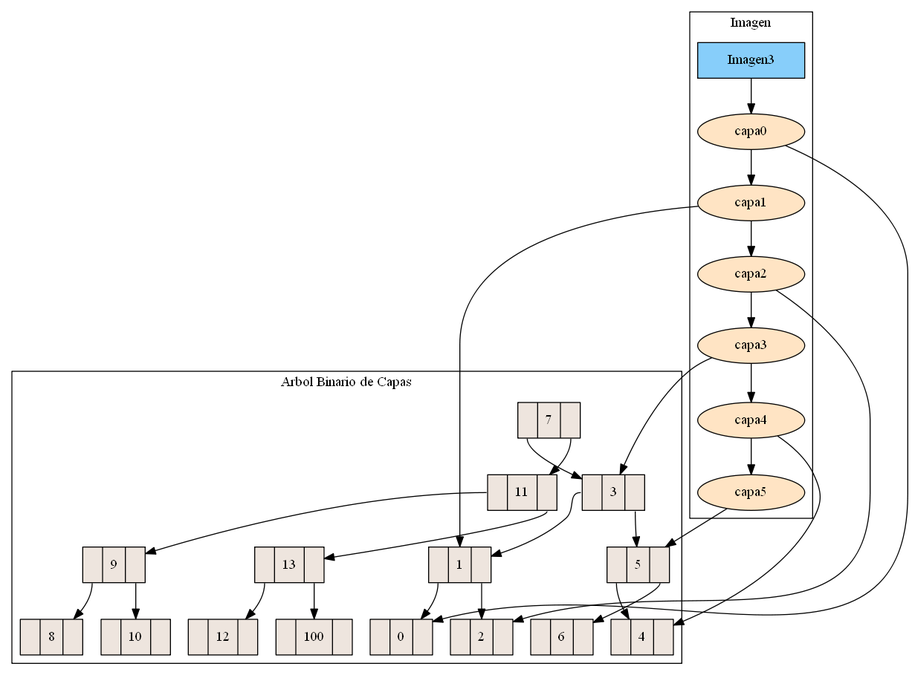
EdsonArmando/Proyecto1EDD keeps this Graphviz diagram as Proyecto1EDD/ImagenYaRBOL.png. Above is the earlier version. Its source is kept beside it as Proyecto1EDD/ImagenYArbol.dot.
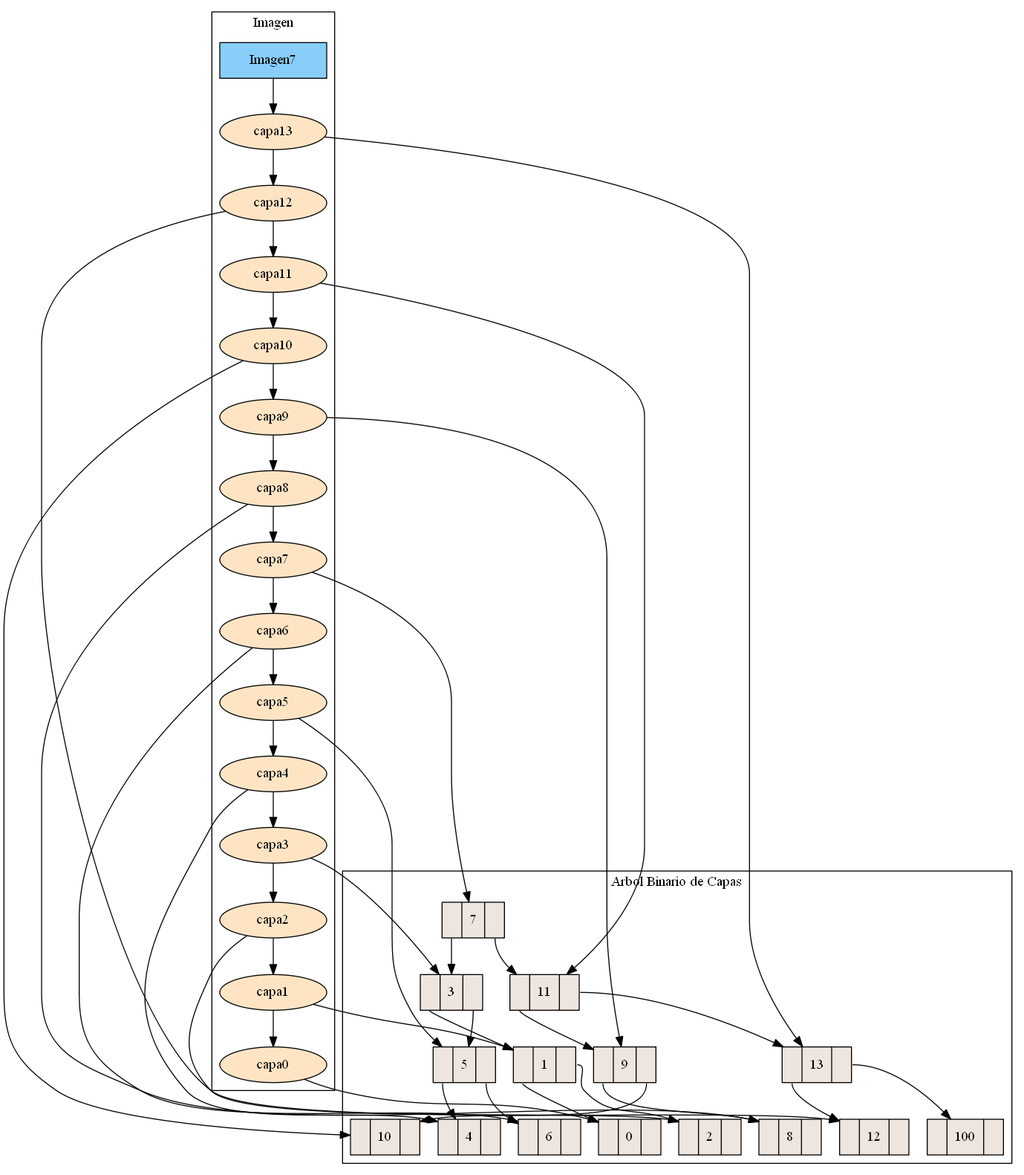
After the commit.

Diff of the diagram source:
```diff
@@ -34,25 +34,49 @@
 nodo13:C1->nodo100
 }subgraph cluster_1 {
  label="Imagen";
-  Imagen3[shape=box,width = 1.5 style = filled, fillcolor = lightskyblue, group = 2 ];
-Imagen3->capa0
+  Imagen7[shape=box,width = 1.5 style = filled, fillcolor = lightskyblue, group = 2 ];
+Imagen7->capa13
+capa13 [shape=ellipse width = 1.5 style = filled, fillcolor = bisque1, group = 1 ];
+capa13->capa12
+capa12 [shape=ellipse width = 1.5 style = filled, fillcolor = bisque1, group = 1 ];
+capa12->capa11
+capa11 [shape=ellipse width = 1.5 style = filled, fillcolor = bisque1, group = 1 ];
+capa11->capa10
+capa10 [shape=ellipse width = 1.5 style = filled, fillcolor = bisque1, group = 1 ];
+capa10->capa9
+capa9 [shape=ellipse width = 1.5 style = filled, fillcolor = bisque1, group = 1 ];
+capa9->capa8
+capa8 [shape=ellipse width = 1.5 style = filled, fillcolor = bisque1, group = 1 ];
+capa8->capa7
+capa7 [shape=ellipse width = 1.5 style = filled, fillcolor = bisque1, group = 1 ];
+capa7->capa6
+capa6 [shape=ellipse width = 1.5 style = filled, fillcolor = bisque1, group = 1 ];
+capa6->capa5
+capa5 [shape=ellipse width = 1.5 style = filled, fillcolor = bisque1, group = 1 ];
+capa5->capa4
+capa4 [shape=ellipse width = 1.5 style = filled, fillcolor = bisque1, group = 1 ];
+capa4->capa3
+capa3 [shape=ellipse width = 1.5 style = filled, fillcolor = bisque1, group = 1 ];
+capa3->capa2
+capa2 [shape=ellipse width = 1.5 style = filled, fillcolor = bisque1, group = 1 ];
+capa2->capa1
+capa1 [shape=ellipse width = 1.5 style = filled, fillcolor = bisque1, group = 1 ];
+capa1->capa0
 capa0 [shape=ellipse width = 1.5 style = filled, fillcolor = bisque1, group = 1 ];
-capa0->capa1
-capa1 [shape=ellipse width = 1.5 style = filled, fillcolor = bisque1, group = 1 ];
-capa1->capa2
-capa2 [shape=ellipse width = 1.5 style = filled, fillcolor = bisque1, group = 1 ];
-capa2->capa3
-capa3 [shape=ellipse width = 1.5 style = filled, fillcolor = bisque1, group = 1 ];
-capa3->capa4
-capa4 [shape=ellipse width = 1.5 style = filled, fillcolor = bisque1, group = 1 ];
-capa4->capa5
-capa5 [shape=ellipse width = 1.5 style = filled, fillcolor = bisque1, group = 1 ];
+capa13->nodo13
+capa12->nodo12
+capa11->nodo11
+capa10->nodo10
+capa9->nodo9
+capa8->nodo8
+capa7->nodo7
+capa6->nodo6
+capa5->nodo5
+capa4->nodo4
+capa3->nodo3
+capa2->nodo2
+capa1->nodo1
 capa0->nodo0
-capa1->nodo1
-capa2->nodo2
-capa3->nodo3
-capa4->nodo4
-capa5->nodo5
 
 }
 }
```
